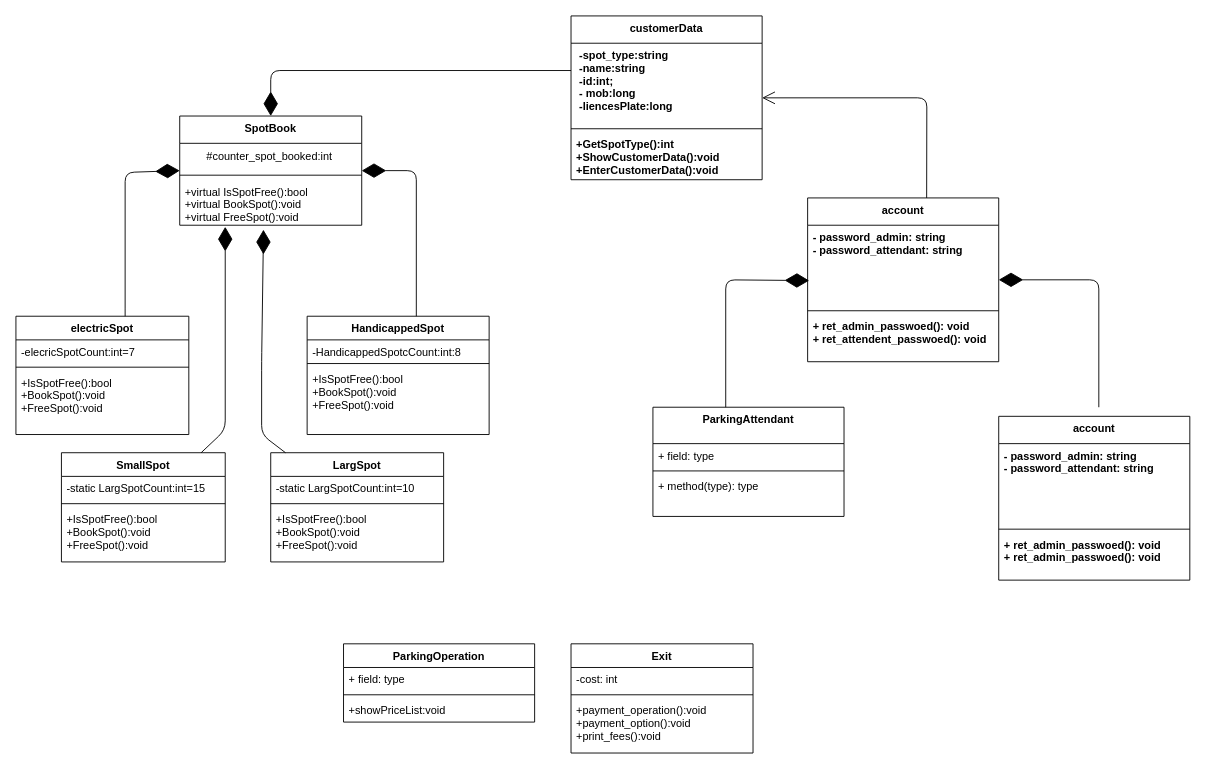
The draw.io diagram class_diagram.drawio in Mahmoud-Ismail98/parking-lot-system-object-oriented-cpp-project, before the edit. Source tidied: cells renumbered, new cells numbered last; positions are measured from the earlier drawing's top-left corner, leaving out a move shared by most shapes. Both pictures are drawn from the tidied source at 91%, with x=0, y=0 at pixel (15, 15).
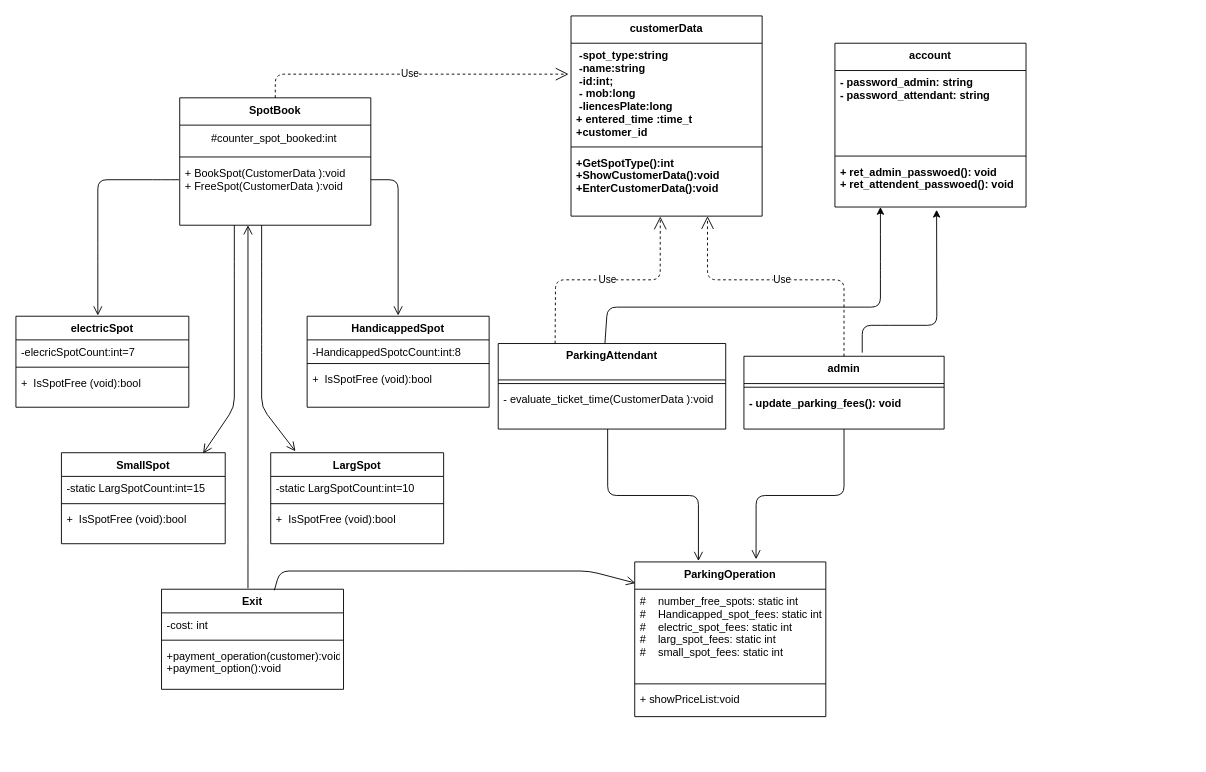
After the change.

Commit message (it also covers changes not shown here):
add UML diagram

The change refers to these unchanged cells:
```xml
<mxCell id="4" value="- password_admin: string&#10;- password_attendant: string&#10;" style="text;strokeColor=none;fillColor=none;align=left;verticalAlign=top;spacingLeft=4;spacingRight=4;overflow=hidden;points=[[0,0.5],[1,0.5]];portConstraint=eastwest;fontStyle=1;" parent="3" vertex="1">
  <mxGeometry y="30" width="210" height="90" as="geometry" />
</mxCell>
<mxCell id="6" value="+ ret_admin_passwoed(): void&#10;+ ret_attendent_passwoed(): void&#10;" style="text;strokeColor=none;fillColor=none;align=left;verticalAlign=top;spacingLeft=4;spacingRight=4;overflow=hidden;points=[[0,0.5],[1,0.5]];portConstraint=eastwest;fontStyle=1;" parent="3" vertex="1">
  <mxGeometry y="128" width="210" height="52" as="geometry" />
</mxCell>
```

What changed in the source:
```diff
@@
-    <mxCell id="2" style="endArrow=diamondThin;endFill=1;endSize=24;html=1;entryX=0;entryY=0.5;entryDx=0;entryDy=0;" parent="1" edge="1">
-      <mxGeometry relative="1" as="geometry">
-        <mxPoint x="120" y="342" as="sourcePoint" />
-        <mxPoint x="180" y="170" as="targetPoint" />
-        <Array as="points">
-          <mxPoint x="120" y="332" />
-          <mxPoint x="120" y="172" />
-        </Array>
-      </mxGeometry>
-    </mxCell>
     <mxCell id="3" value="account" style="swimlane;fontStyle=1;align=center;verticalAlign=top;horizontal=1;startSize=30;" parent="1" vertex="1">
-      <mxGeometry x="870" y="200" width="210" height="180" as="geometry" />
+      <mxGeometry x="900" y="30" width="210" height="180" as="geometry" />
     </mxCell>
@@
-    <mxCell id="7" style="endArrow=diamondThin;endFill=1;endSize=24;html=1;" parent="1" edge="1">
-      <mxGeometry relative="1" as="geometry">
-        <mxPoint x="1190" y="430" as="sourcePoint" />
-        <mxPoint x="1080" y="290" as="targetPoint" />
-        <Array as="points">
-          <mxPoint x="1190" y="290" />
-        </Array>
-      </mxGeometry>
-    </mxCell>
+    <mxCell id="54" style="edgeStyle=none;html=1;entryX=0.532;entryY=1.059;entryDx=0;entryDy=0;entryPerimeter=0;" parent="1" edge="1" target="6">
+      <mxGeometry relative="1" as="geometry">
+        <mxPoint x="930" y="370" as="sourcePoint" />
+        <Array as="points">
+          <mxPoint x="930" y="340" />
+          <mxPoint x="950" y="340" />
+          <mxPoint x="1012" y="340" />
+        </Array>
+      </mxGeometry>
+    </mxCell>
-    <mxCell id="8" value="account" style="swimlane;fontStyle=1;align=center;verticalAlign=top;horizontal=1;startSize=30;" parent="1" vertex="1">
-      <mxGeometry x="1080" y="440" width="210" height="180" as="geometry" />
+    <mxCell id="8" value="admin" style="swimlane;fontStyle=1;align=center;verticalAlign=top;horizontal=1;startSize=30;" parent="1" vertex="1">
+      <mxGeometry x="800" y="374" width="220" height="80" as="geometry" />
     </mxCell>
-    <mxCell id="9" value="- password_admin: string&#10;- password_attendant: string&#10;" style="text;strokeColor=none;fillColor=none;align=left;verticalAlign=top;spacingLeft=4;spacingRight=4;overflow=hidden;fontStyle=1;" parent="8" vertex="1">
-      <mxGeometry y="30" width="210" height="90" as="geometry" />
-    </mxCell>
     <mxCell id="10" style="line;strokeWidth=1;fillColor=none;align=left;verticalAlign=middle;spacingTop=-1;spacingLeft=3;spacingRight=3;labelPosition=right;strokeColor=inherit;" parent="8" vertex="1">
-      <mxGeometry y="120" width="210" height="8" as="geometry" />
+      <mxGeometry y="30" width="220" height="8" as="geometry" />
     </mxCell>
-    <mxCell id="11" value="+ ret_admin_passwoed(): void&#10;+ ret_admin_passwoed(): void&#10;" style="text;strokeColor=none;fillColor=none;align=left;verticalAlign=top;spacingLeft=4;spacingRight=4;overflow=hidden;points=[[0,0.5],[1,0.5]];portConstraint=eastwest;fontStyle=1;" parent="8" vertex="1">
-      <mxGeometry y="128" width="210" height="52" as="geometry" />
+    <mxCell id="11" value="- update_parking_fees(): void" style="text;strokeColor=none;fillColor=none;align=left;verticalAlign=top;spacingLeft=4;spacingRight=4;overflow=hidden;points=[[0,0.5],[1,0.5]];portConstraint=eastwest;fontStyle=1;" parent="8" vertex="1">
+      <mxGeometry y="38" width="220" height="42" as="geometry" />
     </mxCell>
+    <mxCell id="55" style="edgeStyle=none;html=1;exitX=0.469;exitY=0;exitDx=0;exitDy=0;exitPerimeter=0;" parent="1" edge="1" source="12">
+      <mxGeometry relative="1" as="geometry">
+        <mxPoint x="950" y="210" as="targetPoint" />
+        <Array as="points">
+          <mxPoint x="650" y="320" />
+          <mxPoint x="950" y="320" />
+          <mxPoint x="950" y="280" />
+          <mxPoint x="950" y="230" />
+        </Array>
+      </mxGeometry>
+    </mxCell>
     <mxCell id="12" value="ParkingAttendant" style="swimlane;fontStyle=1;align=center;verticalAlign=top;horizontal=1;startSize=40;" parent="1" vertex="1">
-      <mxGeometry x="700" y="430" width="210" height="120" as="geometry" />
+      <mxGeometry x="530" y="360" width="250" height="94" as="geometry" />
     </mxCell>
-    <mxCell id="13" value="+ field: type" style="text;strokeColor=none;fillColor=none;align=left;verticalAlign=top;spacingLeft=4;spacingRight=4;overflow=hidden;" parent="12" vertex="1">
-      <mxGeometry y="40" width="210" height="26" as="geometry" />
-    </mxCell>
     <mxCell id="14" style="line;strokeWidth=1;fillColor=none;align=left;verticalAlign=middle;spacingTop=-1;spacingLeft=3;spacingRight=3;labelPosition=right;strokeColor=inherit;" parent="12" vertex="1">
-      <mxGeometry y="66" width="210" height="8" as="geometry" />
+      <mxGeometry y="40" width="250" height="8" as="geometry" />
     </mxCell>
-    <mxCell id="15" value="+ method(type): type" style="text;strokeColor=none;fillColor=none;align=left;verticalAlign=top;spacingLeft=4;spacingRight=4;overflow=hidden;points=[[0,0.5],[1,0.5]];portConstraint=eastwest;" parent="12" vertex="1">
-      <mxGeometry y="74" width="210" height="46" as="geometry" />
+    <mxCell id="15" value="- evaluate_ticket_time(CustomerData ):void" style="text;strokeColor=none;fillColor=none;align=left;verticalAlign=top;spacingLeft=4;spacingRight=4;overflow=hidden;points=[[0,0.5],[1,0.5]];portConstraint=eastwest;" parent="12" vertex="1">
+      <mxGeometry y="48" width="250" height="46" as="geometry" />
     </mxCell>
     <mxCell id="16" value="SpotBook" style="swimlane;fontStyle=1;align=center;verticalAlign=top;horizontal=1;startSize=30;" parent="1" vertex="1">
-      <mxGeometry x="180" y="110" width="200" height="120" as="geometry" />
+      <mxGeometry x="180" y="90" width="210" height="140" as="geometry" />
     </mxCell>
     <mxCell id="17" value="#counter_spot_booked:int&amp;nbsp;" style="text;html=1;align=center;verticalAlign=middle;strokeColor=none;fillColor=none;" parent="16" vertex="1">
-      <mxGeometry y="30" width="200" height="30" as="geometry" />
+      <mxGeometry y="30" width="210" height="30" as="geometry" />
     </mxCell>
     <mxCell id="18" style="line;strokeWidth=1;fillColor=none;align=left;verticalAlign=middle;spacingTop=-1;spacingLeft=3;spacingRight=3;labelPosition=right;strokeColor=inherit;" parent="16" vertex="1">
-      <mxGeometry y="60" width="200" height="10" as="geometry" />
+      <mxGeometry y="60" width="210" height="10" as="geometry" />
     </mxCell>
-    <mxCell id="19" value="+virtual IsSpotFree():bool&#10;+virtual BookSpot():void&#10;+virtual FreeSpot():void" style="text;strokeColor=none;fillColor=none;align=left;verticalAlign=top;spacingLeft=4;spacingRight=4;overflow=hidden;points=[[0,0.5],[1,0.5]];portConstraint=eastwest;" parent="16" vertex="1">
-      <mxGeometry y="70" width="200" height="50" as="geometry" />
+    <mxCell id="19" value="+ BookSpot(CustomerData ):void&#10;+ FreeSpot(CustomerData ):void&#10;" style="text;strokeColor=none;fillColor=none;align=left;verticalAlign=top;spacingLeft=4;spacingRight=4;overflow=hidden;points=[[0,0.5],[1,0.5]];portConstraint=eastwest;" parent="16" vertex="1">
+      <mxGeometry y="70" width="210" height="70" as="geometry" />
     </mxCell>
     <mxCell id="20" value="electricSpot" style="swimlane;fontStyle=1;align=center;verticalAlign=top;horizontal=1;startSize=26;" parent="1" vertex="1">
-      <mxGeometry y="330" width="190" height="130" as="geometry" />
+      <mxGeometry y="330" width="190" height="100" as="geometry" />
     </mxCell>
@@
-    <mxCell id="23" value="+IsSpotFree():bool&#10;+BookSpot():void&#10;+FreeSpot():void" style="text;strokeColor=none;fillColor=none;align=left;verticalAlign=top;spacingLeft=4;spacingRight=4;overflow=hidden;" parent="20" vertex="1">
-      <mxGeometry y="60" width="190" height="70" as="geometry" />
+    <mxCell id="23" value="+  IsSpotFree (void):bool" style="text;strokeColor=none;fillColor=none;align=left;verticalAlign=top;spacingLeft=4;spacingRight=4;overflow=hidden;" parent="20" vertex="1">
+      <mxGeometry y="60" width="190" height="40" as="geometry" />
     </mxCell>
     <mxCell id="24" value="HandicappedSpot" style="swimlane;fontStyle=1;align=center;verticalAlign=top;horizontal=1;startSize=26;" parent="1" vertex="1">
-      <mxGeometry x="320" y="330" width="200" height="130" as="geometry" />
+      <mxGeometry x="320" y="330" width="200" height="100" as="geometry" />
     </mxCell>
@@
-    <mxCell id="27" value="+IsSpotFree():bool&#10;+BookSpot():void&#10;+FreeSpot():void" style="text;strokeColor=none;fillColor=none;align=left;verticalAlign=top;spacingLeft=4;spacingRight=4;overflow=hidden;" parent="24" vertex="1">
-      <mxGeometry y="56" width="200" height="74" as="geometry" />
+    <mxCell id="27" value="+  IsSpotFree (void):bool" style="text;strokeColor=none;fillColor=none;align=left;verticalAlign=top;spacingLeft=4;spacingRight=4;overflow=hidden;" parent="24" vertex="1">
+      <mxGeometry y="56" width="200" height="44" as="geometry" />
     </mxCell>
     <mxCell id="28" value="LargSpot" style="swimlane;fontStyle=1;align=center;verticalAlign=top;horizontal=1;startSize=26;" parent="1" vertex="1">
-      <mxGeometry x="280" y="480" width="190" height="120" as="geometry" />
+      <mxGeometry x="280" y="480" width="190" height="100" as="geometry" />
     </mxCell>
@@
-    <mxCell id="31" value="+IsSpotFree():bool&#10;+BookSpot():void&#10;+FreeSpot():void" style="text;strokeColor=none;fillColor=none;align=left;verticalAlign=top;spacingLeft=4;spacingRight=4;overflow=hidden;" parent="28" vertex="1">
-      <mxGeometry y="60" width="190" height="60" as="geometry" />
+    <mxCell id="31" value="+  IsSpotFree (void):bool" style="text;strokeColor=none;fillColor=none;align=left;verticalAlign=top;spacingLeft=4;spacingRight=4;overflow=hidden;" parent="28" vertex="1">
+      <mxGeometry y="60" width="190" height="40" as="geometry" />
     </mxCell>
-    <mxCell id="32" style="endArrow=diamondThin;endFill=1;endSize=24;html=1;" parent="1" edge="1" source="28">
-      <mxGeometry relative="1" as="geometry">
-        <mxPoint x="272" y="262" as="targetPoint" />
-        <Array as="points">
-          <mxPoint x="270" y="460" />
-          <mxPoint x="270" y="380" />
-          <mxPoint x="272" y="240" />
-        </Array>
-      </mxGeometry>
-    </mxCell>
     <mxCell id="33" value="SmallSpot" style="swimlane;fontStyle=1;align=center;verticalAlign=top;horizontal=1;startSize=26;" parent="1" vertex="1">
-      <mxGeometry x="50" y="480" width="180" height="120" as="geometry" />
+      <mxGeometry x="50" y="480" width="180" height="100" as="geometry" />
     </mxCell>
@@
-    <mxCell id="36" value="+IsSpotFree():bool&#10;+BookSpot():void&#10;+FreeSpot():void" style="text;strokeColor=none;fillColor=none;align=left;verticalAlign=top;spacingLeft=4;spacingRight=4;overflow=hidden;" parent="33" vertex="1">
-      <mxGeometry y="60" width="180" height="60" as="geometry" />
+    <mxCell id="36" value="+  IsSpotFree (void):bool" style="text;strokeColor=none;fillColor=none;align=left;verticalAlign=top;spacingLeft=4;spacingRight=4;overflow=hidden;" parent="33" vertex="1">
+      <mxGeometry y="60" width="180" height="40" as="geometry" />
     </mxCell>
-    <mxCell id="37" style="endArrow=diamondThin;endFill=1;endSize=24;html=1;entryX=0.25;entryY=1.036;entryDx=0;entryDy=0;entryPerimeter=0;" parent="1" edge="1" source="33" target="19">
-      <mxGeometry relative="1" as="geometry">
-        <Array as="points">
-          <mxPoint x="230" y="455" />
-        </Array>
-      </mxGeometry>
-    </mxCell>
-    <mxCell id="38" style="endArrow=diamondThin;endFill=1;endSize=24;html=1;entryX=0.008;entryY=0.676;entryDx=0;entryDy=0;entryPerimeter=0;" parent="1" edge="1" target="4">
-      <mxGeometry relative="1" as="geometry">
-        <mxPoint x="780" y="430" as="sourcePoint" />
-        <Array as="points">
-          <mxPoint x="780" y="290" />
-        </Array>
-      </mxGeometry>
-    </mxCell>
     <mxCell id="39" value="customerData" style="swimlane;fontStyle=1;align=center;verticalAlign=top;horizontal=1;startSize=30;" parent="1" vertex="1">
-      <mxGeometry x="610" width="210" height="180" as="geometry" />
+      <mxGeometry x="610" width="210" height="220" as="geometry" />
     </mxCell>
-    <mxCell id="40" value=" -spot_type:string  &#10; -name:string&#10; -id:int;&#10; - mob:long&#10; -liencesPlate:long" style="text;strokeColor=none;fillColor=none;align=left;verticalAlign=top;spacingLeft=4;spacingRight=4;overflow=hidden;points=[[0,0.5],[1,0.5]];portConstraint=eastwest;fontStyle=1;" parent="39" vertex="1">
-      <mxGeometry y="30" width="210" height="90" as="geometry" />
+    <mxCell id="40" value=" -spot_type:string  &#10; -name:string&#10; -id:int;&#10; - mob:long&#10; -liencesPlate:long&#10;+ entered_time :time_t&#10;+customer_id" style="text;strokeColor=none;fillColor=none;align=left;verticalAlign=top;spacingLeft=4;spacingRight=4;overflow=hidden;points=[[0,0.5],[1,0.5]];portConstraint=eastwest;fontStyle=1;" parent="39" vertex="1">
+      <mxGeometry y="30" width="210" height="110" as="geometry" />
     </mxCell>
     <mxCell id="41" style="line;strokeWidth=1;fillColor=none;align=left;verticalAlign=middle;spacingTop=-1;spacingLeft=3;spacingRight=3;labelPosition=right;strokeColor=inherit;" parent="39" vertex="1">
-      <mxGeometry y="120" width="210" height="8" as="geometry" />
+      <mxGeometry y="140" width="210" height="8" as="geometry" />
     </mxCell>
     <mxCell id="42" value="+GetSpotType():int&#10;+ShowCustomerData():void&#10;+EnterCustomerData():void&#10;" style="text;strokeColor=none;fillColor=none;align=left;verticalAlign=top;spacingLeft=4;spacingRight=4;overflow=hidden;points=[[0,0.5],[1,0.5]];portConstraint=eastwest;fontStyle=1;" parent="39" vertex="1">
-      <mxGeometry y="128" width="210" height="52" as="geometry" />
+      <mxGeometry y="148" width="210" height="72" as="geometry" />
     </mxCell>
-    <mxCell id="43" style="endArrow=open;endFill=1;endSize=12;html=1;entryX=1;entryY=0.667;entryDx=0;entryDy=0;entryPerimeter=0;" parent="1" edge="1" target="40">
-      <mxGeometry relative="1" as="geometry">
-        <mxPoint x="1000.8" y="200" as="sourcePoint" />
-        <Array as="points">
-          <mxPoint x="1001" y="90" />
-        </Array>
-      </mxGeometry>
-    </mxCell>
-    <mxCell id="44" style="endArrow=diamondThin;endFill=1;endSize=24;html=1;exitX=0.555;exitY=-0.021;exitDx=0;exitDy=0;exitPerimeter=0;" parent="1" edge="1" target="16">
-      <mxGeometry relative="1" as="geometry">
-        <mxPoint x="610" y="60" as="sourcePoint" />
-        <Array as="points">
-          <mxPoint x="280" y="60" />
-        </Array>
-      </mxGeometry>
-    </mxCell>
-    <mxCell id="45" style="endArrow=diamondThin;endFill=1;endSize=24;html=1;" parent="1" edge="1" source="24">
-      <mxGeometry relative="1" as="geometry">
-        <mxPoint x="380" y="170" as="targetPoint" />
-        <Array as="points">
-          <mxPoint x="440" y="330" />
-          <mxPoint x="440" y="170" />
-        </Array>
-      </mxGeometry>
-    </mxCell>
-    <mxCell id="46" value="ParkingOperation" style="swimlane;fontStyle=1;align=center;verticalAlign=top;horizontal=1;startSize=26;" parent="1" vertex="1">
-      <mxGeometry x="360" y="690" width="210" height="86" as="geometry" />
+    <mxCell id="46" value="ParkingOperation" style="swimlane;fontStyle=1;align=center;verticalAlign=top;horizontal=1;startSize=30;" parent="1" vertex="1">
+      <mxGeometry x="680" y="600" width="210" height="170" as="geometry" />
     </mxCell>
-    <mxCell id="47" value="+ field: type" style="text;strokeColor=none;fillColor=none;align=left;verticalAlign=top;spacingLeft=4;spacingRight=4;overflow=hidden;" parent="46" vertex="1">
-      <mxGeometry y="26" width="210" height="26" as="geometry" />
+    <mxCell id="47" value="#    number_free_spots: static int&#10;#    Handicapped_spot_fees: static int&#10;#    electric_spot_fees: static int&#10;#    larg_spot_fees: static int&#10;#    small_spot_fees: static int" style="text;strokeColor=none;fillColor=none;align=left;verticalAlign=top;spacingLeft=4;spacingRight=4;overflow=hidden;" parent="46" vertex="1">
+      <mxGeometry y="30" width="210" height="100" as="geometry" />
     </mxCell>
     <mxCell id="48" style="line;strokeWidth=1;fillColor=none;align=left;verticalAlign=middle;spacingTop=-1;spacingLeft=3;spacingRight=3;labelPosition=right;strokeColor=inherit;" parent="46" vertex="1">
-      <mxGeometry y="52" width="210" height="8" as="geometry" />
+      <mxGeometry y="130" width="210" height="8" as="geometry" />
     </mxCell>
-    <mxCell id="49" value="+showPriceList:void" style="text;strokeColor=none;fillColor=none;align=left;verticalAlign=top;spacingLeft=4;spacingRight=4;overflow=hidden;" parent="46" vertex="1">
-      <mxGeometry y="60" width="210" height="26" as="geometry" />
+    <mxCell id="49" value="+ showPriceList:void" style="text;strokeColor=none;fillColor=none;align=left;verticalAlign=top;spacingLeft=4;spacingRight=4;overflow=hidden;" parent="46" vertex="1">
+      <mxGeometry y="138" width="210" height="32" as="geometry" />
     </mxCell>
     <mxCell id="50" value="Exit" style="swimlane;fontStyle=1;align=center;verticalAlign=top;horizontal=1;startSize=26;" parent="1" vertex="1">
-      <mxGeometry x="610" y="690" width="200" height="120" as="geometry" />
+      <mxGeometry x="160" y="630" width="200" height="110" as="geometry" />
     </mxCell>
@@
-    <mxCell id="53" value="+payment_operation():void&#10;+payment_option():void&#10;+print_fees():void" style="text;strokeColor=none;fillColor=none;align=left;verticalAlign=top;spacingLeft=4;spacingRight=4;overflow=hidden;" parent="50" vertex="1">
-      <mxGeometry y="60" width="200" height="60" as="geometry" />
+    <mxCell id="53" value="+payment_operation(customer):void&#10;+payment_option():void&#10;" style="text;strokeColor=none;fillColor=none;align=left;verticalAlign=top;spacingLeft=4;spacingRight=4;overflow=hidden;" parent="50" vertex="1">
+      <mxGeometry y="60" width="200" height="50" as="geometry" />
     </mxCell>
+    <mxCell id="56" value="Use" style="endArrow=open;endSize=12;dashed=1;html=1;exitX=0.25;exitY=0;exitDx=0;exitDy=0;entryX=0.467;entryY=1.006;entryDx=0;entryDy=0;entryPerimeter=0;" parent="1" edge="1" source="12" target="42">
+      <mxGeometry relative="1" as="geometry">
+        <Array as="points">
+          <mxPoint x="593" y="290" />
+          <mxPoint x="708" y="290" />
+        </Array>
+      </mxGeometry>
+    </mxCell>
+    <mxCell id="57" value="Use" style="endArrow=open;endSize=12;dashed=1;html=1;" parent="1" edge="1" source="8">
+      <mxGeometry relative="1" as="geometry">
+        <mxPoint x="760" y="220" as="targetPoint" />
+        <Array as="points">
+          <mxPoint x="910" y="290" />
+          <mxPoint x="760" y="290" />
+        </Array>
+      </mxGeometry>
+    </mxCell>
+    <mxCell id="58" value="Use" style="endArrow=open;endSize=12;dashed=1;html=1;exitX=0.5;exitY=0;exitDx=0;exitDy=0;entryX=-0.013;entryY=0.309;entryDx=0;entryDy=0;entryPerimeter=0;" parent="1" edge="1" source="16" target="40">
+      <mxGeometry relative="1" as="geometry">
+        <Array as="points">
+          <mxPoint x="285" y="64" />
+        </Array>
+      </mxGeometry>
+    </mxCell>
+    <mxCell id="59" style="endArrow=open;startArrow=none;endFill=0;startFill=0;endSize=8;html=1;verticalAlign=bottom;labelBackgroundColor=none;strokeWidth=1;" parent="1" edge="1" source="19">
+      <mxGeometry relative="1" as="geometry">
+        <mxPoint x="420" y="329.2" as="targetPoint" />
+        <Array as="points">
+          <mxPoint x="390" y="180" />
+          <mxPoint x="420" y="180" />
+        </Array>
+      </mxGeometry>
+    </mxCell>
+    <mxCell id="60" style="endArrow=open;startArrow=none;endFill=0;startFill=0;endSize=8;html=1;verticalAlign=bottom;labelBackgroundColor=none;strokeWidth=1;exitX=-0.004;exitY=0.286;exitDx=0;exitDy=0;exitPerimeter=0;" parent="1" edge="1" source="19">
+      <mxGeometry relative="1" as="geometry">
+        <mxPoint x="90" y="329.2" as="targetPoint" />
+        <Array as="points">
+          <mxPoint x="160" y="180" />
+          <mxPoint x="90" y="180" />
+          <mxPoint x="90" y="260" />
+        </Array>
+      </mxGeometry>
+    </mxCell>
+    <mxCell id="61" style="endArrow=open;startArrow=none;endFill=0;startFill=0;endSize=8;html=1;verticalAlign=bottom;labelBackgroundColor=none;strokeWidth=1;entryX=0.865;entryY=0.008;entryDx=0;entryDy=0;entryPerimeter=0;" parent="1" edge="1" target="33">
+      <mxGeometry relative="1" as="geometry">
+        <mxPoint x="240" y="230" as="sourcePoint" />
+        <Array as="points">
+          <mxPoint x="240" y="280" />
+          <mxPoint x="240" y="430" />
+        </Array>
+      </mxGeometry>
+    </mxCell>
+    <mxCell id="62" style="endArrow=open;startArrow=none;endFill=0;startFill=0;endSize=8;html=1;verticalAlign=bottom;labelBackgroundColor=none;strokeWidth=1;entryX=0.143;entryY=-0.016;entryDx=0;entryDy=0;entryPerimeter=0;" parent="1" edge="1" target="28">
+      <mxGeometry relative="1" as="geometry">
+        <mxPoint x="270" y="230" as="sourcePoint" />
+        <Array as="points">
+          <mxPoint x="270" y="280" />
+          <mxPoint x="270" y="340" />
+          <mxPoint x="270" y="360" />
+          <mxPoint x="270" y="430" />
+        </Array>
+      </mxGeometry>
+    </mxCell>
+    <mxCell id="63" style="endArrow=open;startArrow=none;endFill=0;startFill=0;endSize=8;html=1;verticalAlign=bottom;labelBackgroundColor=none;strokeWidth=1;" parent="1" edge="1">
+      <mxGeometry relative="1" as="geometry">
+        <mxPoint x="255" y="629" as="sourcePoint" />
+        <mxPoint x="255" y="230" as="targetPoint" />
+        <Array as="points">
+          <mxPoint x="255" y="590" />
+          <mxPoint x="255" y="520" />
+        </Array>
+      </mxGeometry>
+    </mxCell>
+    <mxCell id="64" style="endArrow=open;startArrow=none;endFill=0;startFill=0;endSize=8;html=1;verticalAlign=bottom;labelBackgroundColor=none;strokeWidth=1;exitX=0.62;exitY=0.011;exitDx=0;exitDy=0;exitPerimeter=0;entryX=0.004;entryY=0.137;entryDx=0;entryDy=0;entryPerimeter=0;" parent="1" edge="1" source="50" target="46">
+      <mxGeometry relative="1" as="geometry">
+        <Array as="points">
+          <mxPoint x="290" y="610" />
+          <mxPoint x="500" y="610" />
+          <mxPoint x="630" y="610" />
+        </Array>
+      </mxGeometry>
+    </mxCell>
+    <mxCell id="65" style="endArrow=open;startArrow=none;endFill=0;startFill=0;endSize=8;html=1;verticalAlign=bottom;labelBackgroundColor=none;strokeWidth=1;edgeStyle=orthogonalEdgeStyle;exitX=0.481;exitY=1.001;exitDx=0;exitDy=0;exitPerimeter=0;" parent="1" edge="1" source="15">
+      <mxGeometry relative="1" as="geometry">
+        <mxPoint x="750" y="599" as="targetPoint" />
+        <Array as="points">
+          <mxPoint x="650" y="527" />
+          <mxPoint x="750" y="527" />
+          <mxPoint x="750" y="599" />
+        </Array>
+      </mxGeometry>
+    </mxCell>
+    <mxCell id="66" style="endArrow=open;startArrow=none;endFill=0;startFill=0;endSize=8;html=1;verticalAlign=bottom;labelBackgroundColor=none;strokeWidth=1;entryX=0.635;entryY=-0.017;entryDx=0;entryDy=0;entryPerimeter=0;edgeStyle=orthogonalEdgeStyle;" parent="1" edge="1" source="11" target="46">
+      <mxGeometry relative="1" as="geometry">
+        <Array as="points">
+          <mxPoint x="910" y="527" />
+          <mxPoint x="813" y="527" />
+        </Array>
+      </mxGeometry>
+    </mxCell>
```
